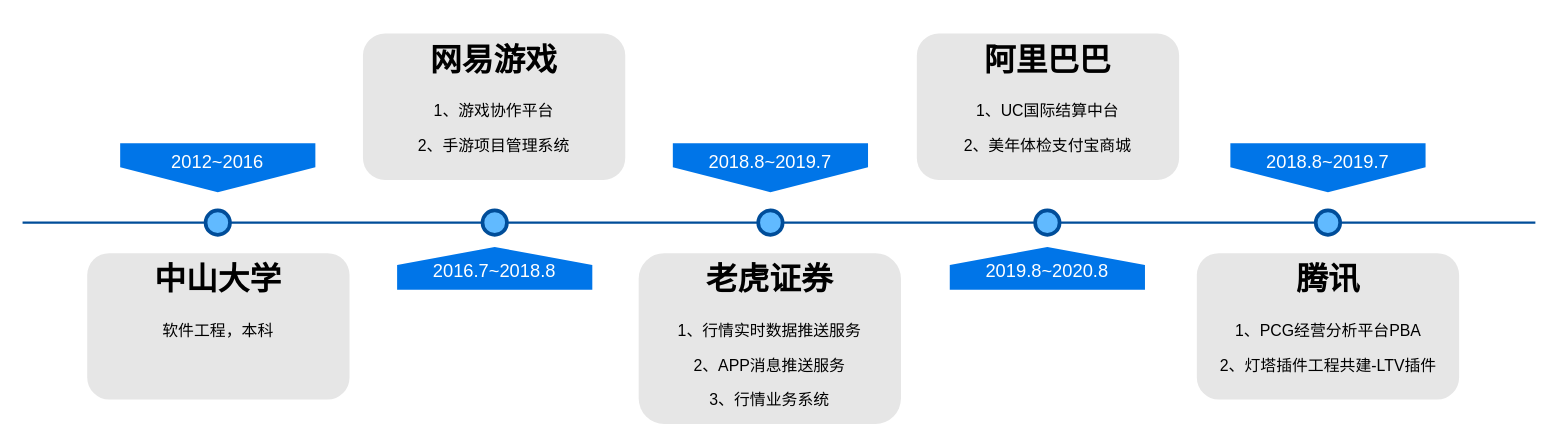
Above: Untitled Diagram.drawio in yzxie/work-tools (draw.io), before the change. Source tidied: cells renumbered, new cells numbered last; positions are measured from the earlier drawing's top-left corner, leaving out a move shared by most shapes. Both pictures are drawn from the tidied source at 122%, with x=0, y=0 at pixel (22, 33).
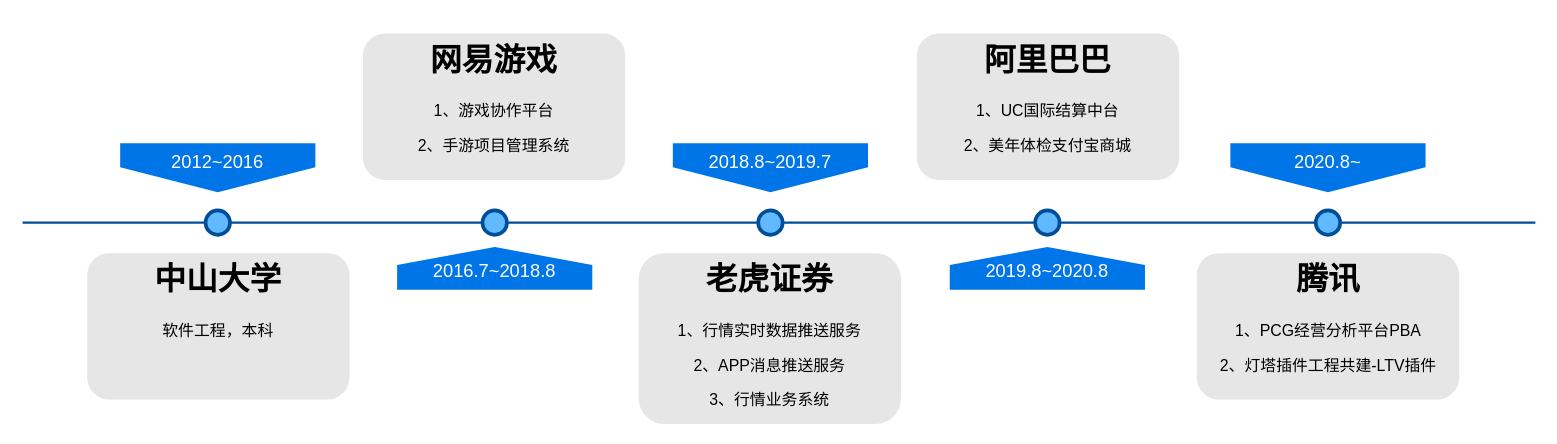
The same page after the edit.

The edit, as a diff of the source:
```diff
@@
 <mxGraphModel>
   <root>
     <mxCell id="0" />
     <mxCell id="1" parent="0" />
     <mxCell id="2" style="line;strokeWidth=2;html=1;fillColor=none;fontSize=28;fontColor=#004D99;strokeColor=#004D99;" parent="1" vertex="1">
       <mxGeometry y="150" width="1240" height="10" as="geometry" />
     </mxCell>
     <mxCell id="3" value="2012~2016" style="shape=offPageConnector;whiteSpace=wrap;html=1;fillColor=#0075E8;fontSize=15;fontColor=#FFFFFF;size=0.5093750000000015;verticalAlign=top;strokeColor=none;" parent="1" vertex="1">
       <mxGeometry x="80" y="90" width="160" height="40" as="geometry" />
     </mxCell>
     <mxCell id="4" value="&lt;span&gt;2018.8~2019.7&lt;/span&gt;" style="shape=offPageConnector;whiteSpace=wrap;html=1;fillColor=#0075E8;fontSize=15;fontColor=#FFFFFF;size=0.5093750000000015;verticalAlign=top;strokeColor=none;" parent="1" vertex="1">
       <mxGeometry x="533" y="90" width="160" height="40" as="geometry" />
     </mxCell>
     <mxCell id="5" value="&lt;span&gt;2016.7~2018.8&lt;/span&gt;" style="shape=offPageConnector;whiteSpace=wrap;html=1;fillColor=#0075E8;fontSize=15;fontColor=#FFFFFF;size=0.4178571428571445;flipV=1;verticalAlign=bottom;strokeColor=none;spacingBottom=4;" parent="1" vertex="1">
       <mxGeometry x="307" y="175" width="160" height="35" as="geometry" />
     </mxCell>
     <mxCell id="6" value="&lt;span&gt;2019.8~2020.8&lt;/span&gt;" style="shape=offPageConnector;whiteSpace=wrap;html=1;fillColor=#0075E8;fontSize=15;fontColor=#FFFFFF;size=0.4178571428571445;flipV=1;verticalAlign=bottom;strokeColor=none;spacingBottom=4;" parent="1" vertex="1">
       <mxGeometry x="760" y="175" width="160" height="35" as="geometry" />
     </mxCell>
     <mxCell id="7" style="ellipse;whiteSpace=wrap;html=1;fillColor=#61BAFF;fontSize=28;fontColor=#004D99;strokeWidth=3;strokeColor=#004D99;" parent="1" vertex="1">
       <mxGeometry x="150" y="145" width="20" height="20" as="geometry" />
     </mxCell>
     <mxCell id="8" style="ellipse;whiteSpace=wrap;html=1;fillColor=#61BAFF;fontSize=28;fontColor=#004D99;strokeWidth=3;strokeColor=#004D99;" parent="1" vertex="1">
       <mxGeometry x="377" y="145" width="20" height="20" as="geometry" />
     </mxCell>
     <mxCell id="9" style="ellipse;whiteSpace=wrap;html=1;fillColor=#61BAFF;fontSize=28;fontColor=#004D99;strokeWidth=3;strokeColor=#004D99;" parent="1" vertex="1">
       <mxGeometry x="603" y="145" width="20" height="20" as="geometry" />
     </mxCell>
     <mxCell id="10" style="ellipse;whiteSpace=wrap;html=1;fillColor=#61BAFF;fontSize=28;fontColor=#004D99;strokeWidth=3;strokeColor=#004D99;" parent="1" vertex="1">
       <mxGeometry x="830" y="145" width="20" height="20" as="geometry" />
     </mxCell>
     <mxCell id="11" value="&lt;h1&gt;中山大学&lt;/h1&gt;&lt;div&gt;软件工程，本科&lt;/div&gt;" style="text;html=1;spacing=5;spacingTop=-20;whiteSpace=wrap;overflow=hidden;strokeColor=none;strokeWidth=3;fillColor=#E6E6E6;fontSize=13;fontColor=#000000;align=center;rounded=1;" parent="1" vertex="1">
       <mxGeometry x="53" y="180" width="215" height="120" as="geometry" />
     </mxCell>
     <mxCell id="12" value="&lt;h1&gt;网易游戏&lt;/h1&gt;&lt;p&gt;1、游戏协作平台&lt;/p&gt;&lt;p&gt;2、手游项目管理系统&lt;/p&gt;" style="text;html=1;spacing=5;spacingTop=-20;whiteSpace=wrap;overflow=hidden;strokeColor=none;strokeWidth=3;fillColor=#E6E6E6;fontSize=13;fontColor=#000000;align=center;rounded=1;" parent="1" vertex="1">
       <mxGeometry x="279" width="215" height="120" as="geometry" />
     </mxCell>
     <mxCell id="13" value="&lt;h1&gt;老虎证券&lt;/h1&gt;&lt;p&gt;1、行情实时数据推送服务&lt;/p&gt;&lt;p&gt;2、APP消息推送服务&lt;/p&gt;&lt;p&gt;3、行情业务系统&lt;/p&gt;" style="text;html=1;spacing=5;spacingTop=-20;whiteSpace=wrap;overflow=hidden;strokeColor=none;strokeWidth=3;fillColor=#E6E6E6;fontSize=13;fontColor=#000000;align=center;rounded=1;" parent="1" vertex="1">
       <mxGeometry x="505" y="180" width="215" height="140" as="geometry" />
     </mxCell>
     <mxCell id="14" value="&lt;h1&gt;阿里巴巴&lt;/h1&gt;&lt;p&gt;1、UC国际结算中台&lt;/p&gt;&lt;p&gt;2、美年体检支付宝商城&lt;/p&gt;" style="text;html=1;spacing=5;spacingTop=-20;whiteSpace=wrap;overflow=hidden;strokeColor=none;strokeWidth=3;fillColor=#E6E6E6;fontSize=13;fontColor=#000000;align=center;rounded=1;" parent="1" vertex="1">
       <mxGeometry x="733" width="215" height="120" as="geometry" />
     </mxCell>
-    <mxCell id="15" value="&lt;span&gt;2018.8~2019.7&lt;/span&gt;" style="shape=offPageConnector;whiteSpace=wrap;html=1;fillColor=#0075E8;fontSize=15;fontColor=#FFFFFF;size=0.5093750000000015;verticalAlign=top;strokeColor=none;" parent="1" vertex="1">
+    <mxCell id="15" value="&lt;span&gt;2020.8~&lt;/span&gt;" style="shape=offPageConnector;whiteSpace=wrap;html=1;fillColor=#0075E8;fontSize=15;fontColor=#FFFFFF;size=0.5093750000000015;verticalAlign=top;strokeColor=none;" parent="1" vertex="1">
       <mxGeometry x="990" y="90" width="160" height="40" as="geometry" />
     </mxCell>
     <mxCell id="16" style="ellipse;whiteSpace=wrap;html=1;fillColor=#61BAFF;fontSize=28;fontColor=#004D99;strokeWidth=3;strokeColor=#004D99;" parent="1" vertex="1">
       <mxGeometry x="1060" y="145" width="20" height="20" as="geometry" />
     </mxCell>
     <mxCell id="17" value="&lt;h1&gt;腾讯&lt;/h1&gt;&lt;p&gt;1、PCG经营分析平台PBA&lt;/p&gt;&lt;p&gt;2、灯塔插件工程共建-LTV插件&lt;/p&gt;" style="text;html=1;spacing=5;spacingTop=-20;whiteSpace=wrap;overflow=hidden;strokeColor=none;strokeWidth=3;fillColor=#E6E6E6;fontSize=13;fontColor=#000000;align=center;rounded=1;" parent="1" vertex="1">
       <mxGeometry x="962.5" y="180" width="215" height="120" as="geometry" />
     </mxCell>
   </root>
 </mxGraphModel>
```
